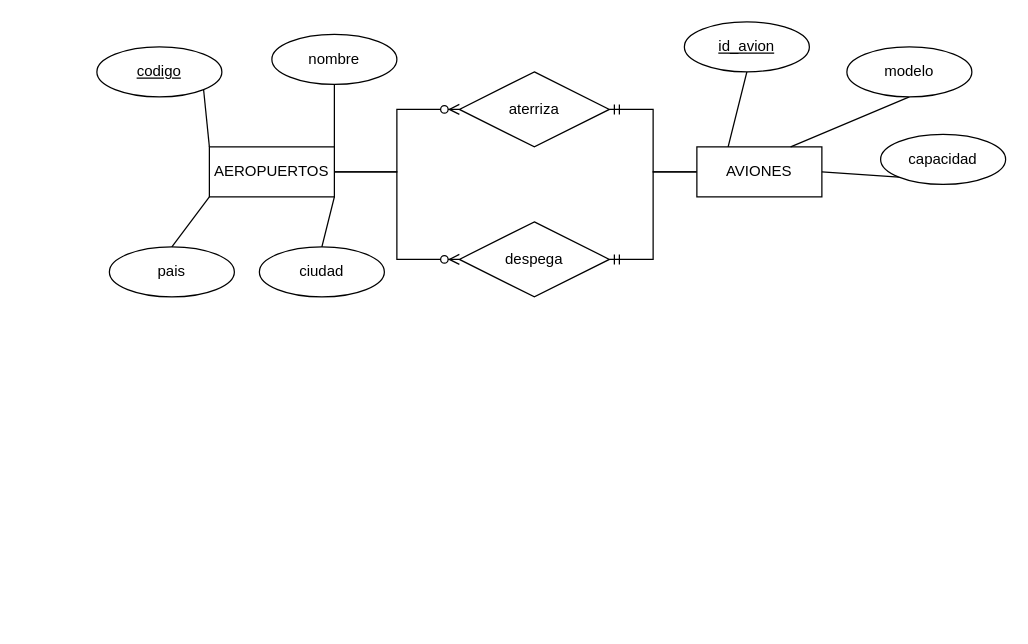
Before: aeropuerto.drawio in rosemberg0212/Software-libre, a draw.io diagram. Source tidied: cells renumbered, new cells numbered last; positions are measured from the earlier drawing's top-left corner, leaving out a move shared by most shapes. Both pictures are drawn from the tidied source at 125%, with x=0, y=0 at pixel (96, 21).
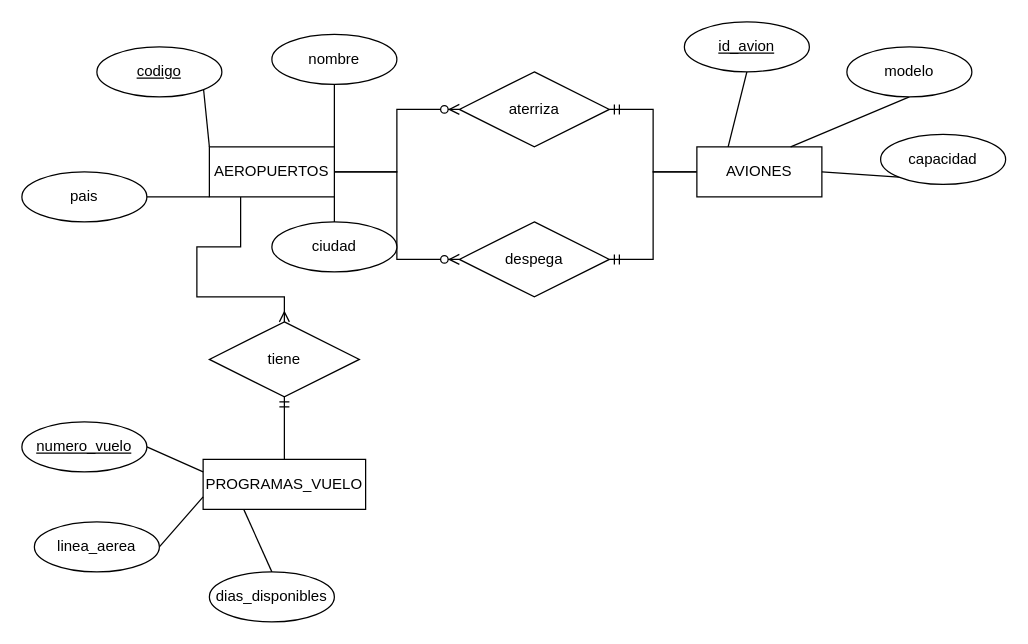
The same diagram, later.

The change refers to these unchanged cells:
```xml
<mxCell id="4" value="AEROPUERTOS" style="whiteSpace=wrap;html=1;align=center;" parent="1" vertex="1">
  <mxGeometry x="90" y="100" width="100" height="40" as="geometry" />
</mxCell>
```

What changed in the source:
```diff
@@
+    <mxCell id="24" style="rounded=0;jettySize=auto;html=1;exitX=0.25;exitY=1;exitDx=0;exitDy=0;entryX=0.5;entryY=0;entryDx=0;entryDy=0;startArrow=none;startFill=0;endArrow=ERmany;endFill=0;" parent="1" edge="1" source="4" target="33">
+      <mxGeometry relative="1" as="geometry">
+        <Array as="points">
+          <mxPoint x="115" y="180" />
+          <mxPoint x="80" y="180" />
+          <mxPoint x="80" y="220" />
+          <mxPoint x="110" y="220" />
+          <mxPoint x="150" y="220" />
+        </Array>
+      </mxGeometry>
+    </mxCell>
@@
     <mxCell id="7" value="ciudad" style="ellipse;whiteSpace=wrap;html=1;align=center;" parent="1" vertex="1">
-      <mxGeometry x="130" y="180" width="100" height="40" as="geometry" />
+      <mxGeometry x="140" y="160" width="100" height="40" as="geometry" />
     </mxCell>
     <mxCell id="8" value="pais&lt;br&gt;" style="ellipse;whiteSpace=wrap;html=1;align=center;" parent="1" vertex="1">
-      <mxGeometry x="10" y="180" width="100" height="40" as="geometry" />
+      <mxGeometry x="-60" y="120" width="100" height="40" as="geometry" />
     </mxCell>
@@
-    <mxCell id="10" style="endArrow=none;html=1;rounded=0;exitX=0.5;exitY=0;exitDx=0;exitDy=0;entryX=0;entryY=1;entryDx=0;entryDy=0;" parent="1" edge="1" source="8" target="4">
+    <mxCell id="10" style="endArrow=none;html=1;rounded=0;entryX=0;entryY=1;entryDx=0;entryDy=0;exitX=1;exitY=0.5;exitDx=0;exitDy=0;" parent="1" edge="1" source="8" target="4">
       <mxGeometry relative="1" as="geometry" />
     </mxCell>
@@
+    <mxCell id="25" style="edgeStyle=none;rounded=0;jettySize=auto;html=1;exitX=0.5;exitY=0;exitDx=0;exitDy=0;entryX=0.5;entryY=1;entryDx=0;entryDy=0;startArrow=none;startFill=0;endArrow=ERmandOne;endFill=0;" parent="1" edge="1" source="26" target="33">
+      <mxGeometry relative="1" as="geometry" />
+    </mxCell>
+    <mxCell id="26" value="PROGRAMAS_VUELO" style="whiteSpace=wrap;html=1;align=center;" parent="1" vertex="1">
+      <mxGeometry x="85" y="350" width="130" height="40" as="geometry" />
+    </mxCell>
+    <mxCell id="27" style="edgeStyle=none;rounded=0;jettySize=auto;html=1;exitX=1;exitY=0.5;exitDx=0;exitDy=0;entryX=0;entryY=0.25;entryDx=0;entryDy=0;startArrow=none;startFill=0;endArrow=none;endFill=0;" parent="1" edge="1" source="28" target="26">
+      <mxGeometry relative="1" as="geometry" />
+    </mxCell>
+    <mxCell id="28" value="numero_vuelo" style="ellipse;whiteSpace=wrap;html=1;align=center;fontStyle=4;" parent="1" vertex="1">
+      <mxGeometry x="-60" y="320" width="100" height="40" as="geometry" />
+    </mxCell>
+    <mxCell id="29" style="edgeStyle=none;rounded=0;jettySize=auto;html=1;exitX=1;exitY=0.5;exitDx=0;exitDy=0;entryX=0;entryY=0.75;entryDx=0;entryDy=0;startArrow=none;startFill=0;endArrow=none;endFill=0;" parent="1" edge="1" source="30" target="26">
+      <mxGeometry relative="1" as="geometry" />
+    </mxCell>
+    <mxCell id="30" value="linea_aerea" style="ellipse;whiteSpace=wrap;html=1;align=center;" parent="1" vertex="1">
+      <mxGeometry x="-50" y="400" width="100" height="40" as="geometry" />
+    </mxCell>
+    <mxCell id="31" style="edgeStyle=none;rounded=0;jettySize=auto;html=1;exitX=0.5;exitY=0;exitDx=0;exitDy=0;entryX=0.25;entryY=1;entryDx=0;entryDy=0;startArrow=none;startFill=0;endArrow=none;endFill=0;" parent="1" edge="1" source="32" target="26">
+      <mxGeometry relative="1" as="geometry" />
+    </mxCell>
+    <mxCell id="32" value="dias_disponibles" style="ellipse;whiteSpace=wrap;html=1;align=center;" parent="1" vertex="1">
+      <mxGeometry x="90" y="440" width="100" height="40" as="geometry" />
+    </mxCell>
+    <mxCell id="33" value="tiene" style="shape=rhombus;perimeter=rhombusPerimeter;whiteSpace=wrap;html=1;align=center;" parent="1" vertex="1">
+      <mxGeometry x="90" y="240" width="120" height="60" as="geometry" />
+    </mxCell>
```
